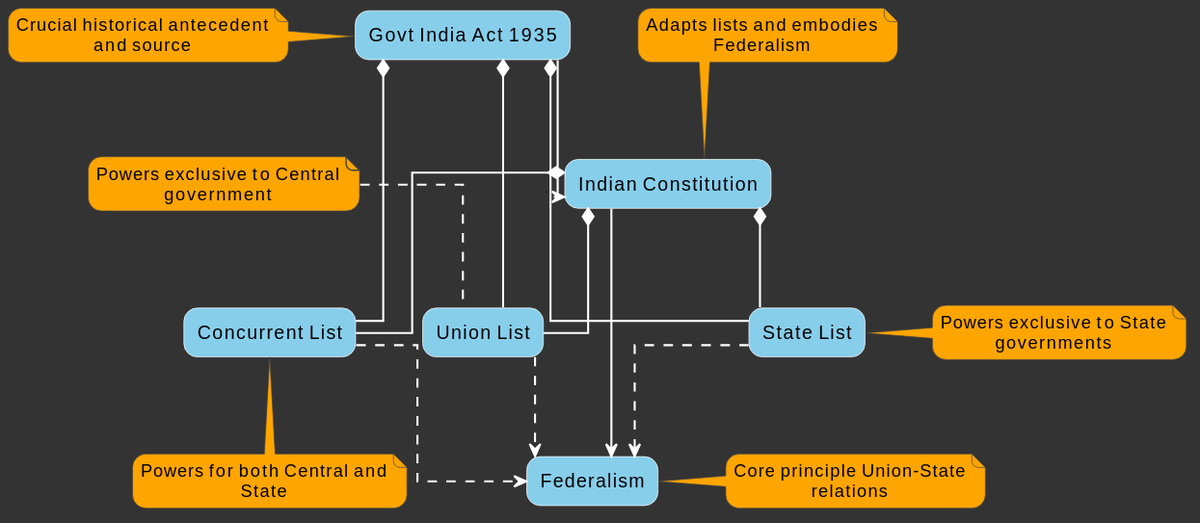
This is tele_2.svg from bolibazaar/upsc_sol_assets, a PlantUML export, as it was before one commit.
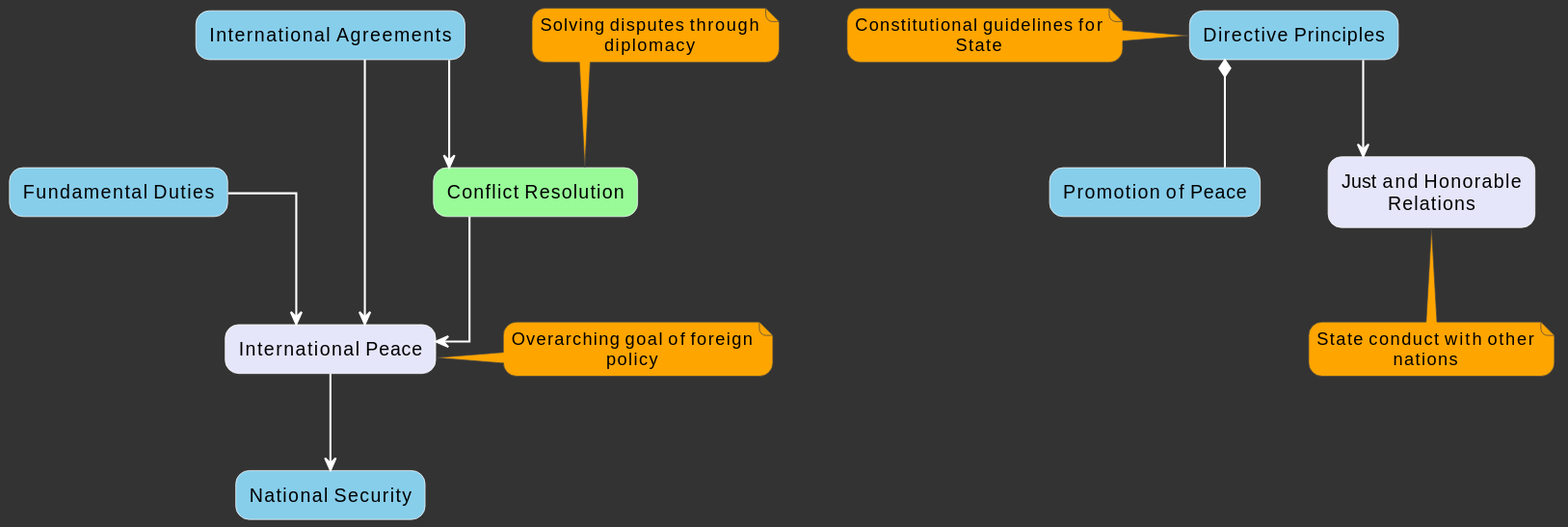
The same file after the commit.

Diff of the diagram source:
```diff
@@ -20,48 +20,38 @@
 skinparam rectangleFontColor black
 skinparam rectangleBorderColor white
 
-rectangle "Federalism" #87CEEB
-rectangle "Govt India Act 1935" #87CEEB
-rectangle "Union List" #87CEEB
-rectangle "State List" #87CEEB
-rectangle "Concurrent List" #87CEEB
-rectangle "Indian Constitution" #87CEEB
+rectangle "National Security" #87CEEB
+rectangle "Directive Principles" #87CEEB
+rectangle "Promotion of Peace" #87CEEB
+rectangle "Fundamental Duties" #87CEEB
+rectangle "International Agreements" #87CEEB
 
-"Govt India Act 1935" --> "Indian Constitution"
-"Govt India Act 1935" *-- "Union List"
-"Govt India Act 1935" *-- "State List"
-"Govt India Act 1935" *-- "Concurrent List"
+rectangle "Conflict Resolution" #98FB98
 
-"Indian Constitution" *-- "Union List"
-"Indian Constitution" *-- "State List"
-"Indian Constitution" *-- "Concurrent List"
-"Indian Constitution" --> "Federalism"
+rectangle "International Peace" #E6E6FA
+rectangle "Just and Honorable Relations" #E6E6FA
 
-"Union List" ..> "Federalism"
-"State List" ..> "Federalism"
-"Concurrent List" ..> "Federalism"
+"International Peace" --> "National Security"
+"Directive Principles" *-- "Promotion of Peace"
+"Directive Principles" --> "Just and Honorable Relations"
+"International Agreements" --> "International Peace"
+"International Agreements" --> "Conflict Resolution"
+"Conflict Resolution" --> "International Peace"
+"Fundamental Duties" --> "International Peace"
 
-note left of "Govt India Act 1935"
-  Crucial historical antecedent and source
+note right of "International Peace"
+  Overarching goal of foreign policy
 end note
 
-note top of "Union List"
-  Powers exclusive to Central government
+note left of "Directive Principles"
+  Constitutional guidelines for State
 end note
 
-note right of "State List"
-  Powers exclusive to State governments
+note top of "Conflict Resolution"
+  Solving disputes through diplomacy
 end note
 
-note bottom of "Concurrent List"
-  Powers for both Central and State
-end note
-
-note top of "Indian Constitution"
-  Adapts lists and embodies Federalism
-end note
-
-note right of "Federalism"
-  Core principle Union-State relations
+note bottom of "Just and Honorable Relations"
+  State conduct with other nations
 end note
 @enduml
```
